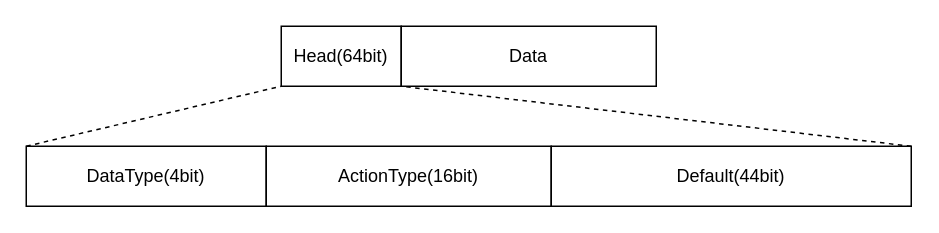
Before: testDirectory/代理通信协议格式.drawio in Moose1273/-, a draw.io diagram. Source tidied: cells renumbered, new cells numbered last; positions are measured from the earlier drawing's top-left corner, leaving out a move shared by most shapes. Both pictures are drawn from the tidied source at 150%, with x=0, y=0 at pixel (26, 26).
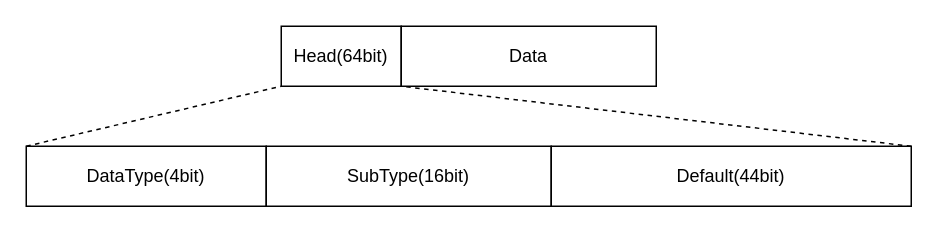
After the change.

Commit message:
更新代理通信协议格式.drawio

What changed in the source:
```diff
@@
 <mxGraphModel>
   <root>
     <mxCell id="0" />
     <mxCell id="1" parent="0" />
     <mxCell id="2" value="DataType(4bit)" style="rounded=0;whiteSpace=wrap;html=1;" parent="1" vertex="1">
       <mxGeometry y="80" width="160" height="40" as="geometry" />
     </mxCell>
     <mxCell id="3" style="endArrow=none;dashed=1;html=1;rounded=0;entryX=0;entryY=1;entryDx=0;entryDy=0;exitX=0;exitY=0;exitDx=0;exitDy=0;" parent="1" edge="1" source="2" target="6">
       <mxGeometry relative="1" as="geometry" />
     </mxCell>
     <mxCell id="4" style="endArrow=none;dashed=1;html=1;rounded=0;entryX=1;entryY=1;entryDx=0;entryDy=0;exitX=1;exitY=0;exitDx=0;exitDy=0;" parent="1" edge="1" source="8" target="6">
       <mxGeometry relative="1" as="geometry" />
     </mxCell>
-    <mxCell id="5" value="ActionType(16bit)" style="rounded=0;whiteSpace=wrap;html=1;" parent="1" vertex="1">
+    <mxCell id="5" value="SubType(16bit)" style="rounded=0;whiteSpace=wrap;html=1;" parent="1" vertex="1">
       <mxGeometry x="160" y="80" width="190" height="40" as="geometry" />
     </mxCell>
     <mxCell id="6" value="Head(64bit)" style="rounded=0;whiteSpace=wrap;html=1;" parent="1" vertex="1">
       <mxGeometry x="170" width="80" height="40" as="geometry" />
     </mxCell>
     <mxCell id="7" value="Data" style="rounded=0;whiteSpace=wrap;html=1;" parent="1" vertex="1">
       <mxGeometry x="250" width="170" height="40" as="geometry" />
     </mxCell>
     <mxCell id="8" value="Default(44bit)" style="rounded=0;whiteSpace=wrap;html=1;" parent="1" vertex="1">
       <mxGeometry x="350" y="80" width="240" height="40" as="geometry" />
     </mxCell>
   </root>
 </mxGraphModel>
```
